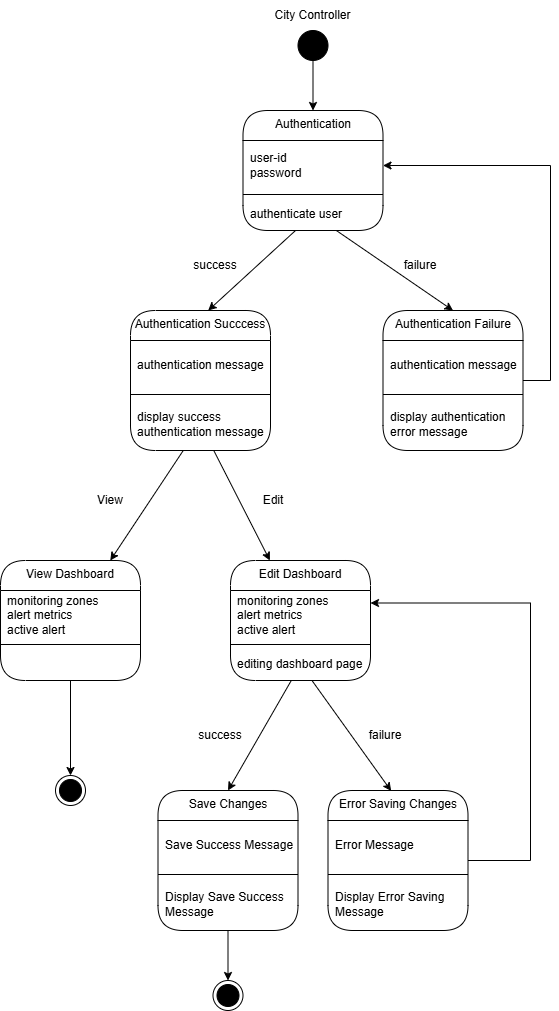
Before: ImagesD3/State City Controller.png, a diagram exported from draw.io (vanessa-laii/3A04-T01-Group4). Source tidied: cells renumbered, new cells last; positions are measured from the earlier drawing's top-left corner, leaving out a move shared by most shapes.
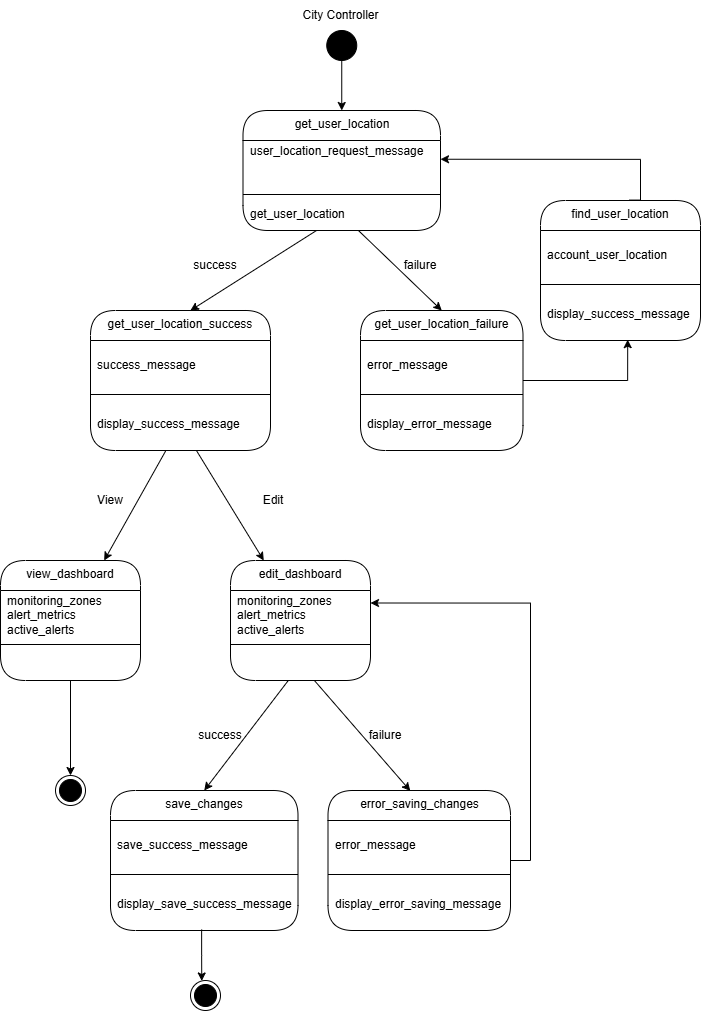
After the change.

What changed in the source:
```diff
@@ -2,58 +2,47 @@
   <root>
     <mxCell id="0" />
     <mxCell id="1" parent="0" />
-    <mxCell id="2" value="Authentication" style="swimlane;fontStyle=0;align=center;verticalAlign=top;horizontal=1;startSize=30;html=1;rounded=1;absoluteArcSize=1;arcSize=50;whiteSpace=wrap;" parent="1" vertex="1">
-      <mxGeometry x="242.5" y="110" width="140" height="120" as="geometry" />
+    <mxCell id="2" value="get_user_location&lt;div&gt;&lt;br&gt;&lt;/div&gt;" style="swimlane;fontStyle=0;align=center;verticalAlign=top;horizontal=1;startSize=30;html=1;rounded=1;absoluteArcSize=1;arcSize=50;whiteSpace=wrap;" parent="1" vertex="1">
+      <mxGeometry x="242.5" y="110" width="197.5" height="120" as="geometry" />
     </mxCell>
-    <mxCell id="3" value="user-id&lt;div&gt;password&lt;/div&gt;" style="fillColor=none;strokeColor=none;align=left;verticalAlign=middle;spacingLeft=5;whiteSpace=wrap;html=1;" parent="2" vertex="1">
-      <mxGeometry y="30" width="140" height="50" as="geometry" />
+    <mxCell id="3" value="&#10;user_location_request_message&lt;div style=&quot;forced-color-adjust: none;&quot;&gt;&lt;br style=&quot;forced-color-adjust: none; color: rgb(0, 0, 0); font-family: Helvetica; font-size: 12px; font-style: normal; font-variant-ligatures: normal; font-variant-caps: normal; font-weight: 400; letter-spacing: normal; orphans: 2; text-align: left; text-indent: 0px; text-transform: none; widows: 2; word-spacing: 0px; -webkit-text-stroke-width: 0px; white-space: normal; background-color: rgb(236, 236, 236); text-decoration-thickness: initial; text-decoration-style: initial; text-decoration-color: initial;&quot;&gt;&#10;&#10;&lt;/div&gt;" style="fillColor=none;strokeColor=none;align=left;verticalAlign=middle;spacingLeft=5;whiteSpace=wrap;html=1;" parent="2" vertex="1">
+      <mxGeometry y="30" width="197.5" height="50" as="geometry" />
     </mxCell>
     <mxCell id="4" style="line;strokeWidth=1;fillColor=none;align=left;verticalAlign=middle;spacingTop=-1;spacingLeft=3;spacingRight=3;labelPosition=right;" parent="2" vertex="1">
-      <mxGeometry y="80" width="140" height="8" as="geometry" />
+      <mxGeometry y="80" width="197.5" height="8" as="geometry" />
     </mxCell>
-    <mxCell id="5" value="authenticate user" style="fillColor=none;strokeColor=none;align=left;verticalAlign=middle;spacingLeft=5;whiteSpace=wrap;html=1;" parent="2" vertex="1">
-      <mxGeometry y="88" width="140" height="32" as="geometry" />
+    <mxCell id="5" value="get_user_location" style="fillColor=none;strokeColor=none;align=left;verticalAlign=middle;spacingLeft=5;whiteSpace=wrap;html=1;" parent="2" vertex="1">
+      <mxGeometry y="88" width="197.5" height="32" as="geometry" />
     </mxCell>
-    <mxCell id="6" style="edgeStyle=orthogonalEdgeStyle;rounded=0;orthogonalLoop=1;jettySize=auto;html=1;exitX=0.5;exitY=1;exitDx=0;exitDy=0;" parent="2" edge="1" source="5" target="5">
-      <mxGeometry relative="1" as="geometry" />
-    </mxCell>
     <mxCell id="7" style="ellipse;fillColor=strokeColor;html=1;" parent="1" vertex="1">
-      <mxGeometry x="297.5" y="30" width="30" height="30" as="geometry" />
+      <mxGeometry x="326.2" y="30" width="30" height="30" as="geometry" />
     </mxCell>
     <mxCell id="8" value="City Controller" style="text;html=1;whiteSpace=wrap;strokeColor=none;fillColor=none;align=center;verticalAlign=middle;rounded=0;" parent="1" vertex="1">
-      <mxGeometry x="270" width="85" height="30" as="geometry" />
+      <mxGeometry x="297.5" width="85" height="30" as="geometry" />
     </mxCell>
-    <mxCell id="9" style="edgeStyle=orthogonalEdgeStyle;rounded=0;jettySize=auto;html=1;entryX=1;entryY=0.5;entryDx=0;entryDy=0;" parent="1" edge="1" source="10" target="3">
-      <mxGeometry relative="1" as="geometry">
-        <Array as="points">
-          <mxPoint x="550" y="380" />
-          <mxPoint x="550" y="165" />
-        </Array>
-      </mxGeometry>
-    </mxCell>
-    <mxCell id="10" value="Authentication Failure" style="swimlane;fontStyle=0;align=center;verticalAlign=top;horizontal=1;startSize=30;html=1;rounded=1;absoluteArcSize=1;arcSize=50;whiteSpace=wrap;" parent="1" vertex="1">
-      <mxGeometry x="382.5" y="310" width="140" height="140" as="geometry" />
+    <mxCell id="10" value="get_user_location_failure" style="swimlane;fontStyle=0;align=center;verticalAlign=top;horizontal=1;startSize=30;html=1;rounded=1;absoluteArcSize=1;arcSize=50;whiteSpace=wrap;" parent="1" vertex="1">
+      <mxGeometry x="360" y="310" width="162.5" height="140" as="geometry" />
     </mxCell>
-    <mxCell id="11" value="authentication message" style="fillColor=none;strokeColor=none;align=left;verticalAlign=middle;spacingLeft=5;whiteSpace=wrap;html=1;" parent="10" vertex="1">
-      <mxGeometry y="30" width="140" height="50" as="geometry" />
+    <mxCell id="11" value="error_message" style="fillColor=none;strokeColor=none;align=left;verticalAlign=middle;spacingLeft=5;whiteSpace=wrap;html=1;" parent="10" vertex="1">
+      <mxGeometry y="30" width="162.5" height="50" as="geometry" />
     </mxCell>
     <mxCell id="12" style="line;strokeWidth=1;fillColor=none;align=left;verticalAlign=middle;spacingTop=-1;spacingLeft=3;spacingRight=3;labelPosition=right;" parent="10" vertex="1">
-      <mxGeometry y="80" width="140" height="8" as="geometry" />
+      <mxGeometry y="80" width="162.5" height="8" as="geometry" />
     </mxCell>
-    <mxCell id="13" value="display authentication error message" style="fillColor=none;strokeColor=none;align=left;verticalAlign=middle;spacingLeft=5;whiteSpace=wrap;html=1;" parent="10" vertex="1">
-      <mxGeometry y="88" width="140" height="52" as="geometry" />
+    <mxCell id="13" value="display_error_message" style="fillColor=none;strokeColor=none;align=left;verticalAlign=middle;spacingLeft=5;whiteSpace=wrap;html=1;" parent="10" vertex="1">
+      <mxGeometry y="88" width="162.5" height="52" as="geometry" />
     </mxCell>
-    <mxCell id="14" value="Authentication Succcess" style="swimlane;fontStyle=0;align=center;verticalAlign=top;horizontal=1;startSize=30;html=1;rounded=1;absoluteArcSize=1;arcSize=50;whiteSpace=wrap;" parent="1" vertex="1">
-      <mxGeometry x="130" y="310" width="140" height="140" as="geometry" />
+    <mxCell id="14" value="get_user_location_success" style="swimlane;fontStyle=0;align=center;verticalAlign=top;horizontal=1;startSize=30;html=1;rounded=1;absoluteArcSize=1;arcSize=50;whiteSpace=wrap;" parent="1" vertex="1">
+      <mxGeometry x="90" y="310" width="180" height="140" as="geometry" />
     </mxCell>
-    <mxCell id="15" value="authentication message" style="fillColor=none;strokeColor=none;align=left;verticalAlign=middle;spacingLeft=5;whiteSpace=wrap;html=1;" parent="14" vertex="1">
-      <mxGeometry y="30" width="140" height="50" as="geometry" />
+    <mxCell id="15" value="success_message" style="fillColor=none;strokeColor=none;align=left;verticalAlign=middle;spacingLeft=5;whiteSpace=wrap;html=1;" parent="14" vertex="1">
+      <mxGeometry y="30" width="180" height="50" as="geometry" />
     </mxCell>
     <mxCell id="16" style="line;strokeWidth=1;fillColor=none;align=left;verticalAlign=middle;spacingTop=-1;spacingLeft=3;spacingRight=3;labelPosition=right;" parent="14" vertex="1">
-      <mxGeometry y="80" width="140" height="8" as="geometry" />
+      <mxGeometry y="80" width="180" height="8" as="geometry" />
     </mxCell>
-    <mxCell id="17" value="display success authentication message" style="fillColor=none;strokeColor=none;align=left;verticalAlign=middle;spacingLeft=5;whiteSpace=wrap;html=1;" parent="14" vertex="1">
-      <mxGeometry y="88" width="140" height="52" as="geometry" />
+    <mxCell id="17" value="display_success_message" style="fillColor=none;strokeColor=none;align=left;verticalAlign=middle;spacingLeft=5;whiteSpace=wrap;html=1;" parent="14" vertex="1">
+      <mxGeometry y="88" width="180" height="52" as="geometry" />
     </mxCell>
     <mxCell id="18" style="rounded=0;jettySize=auto;html=1;entryX=0.555;entryY=0;entryDx=0;entryDy=0;entryPerimeter=0;" parent="1" edge="1" source="5" target="14">
       <mxGeometry relative="1" as="geometry" />
@@ -73,10 +62,10 @@
     <mxCell id="23" style="edgeStyle=orthogonalEdgeStyle;rounded=0;jettySize=auto;html=1;entryX=0.5;entryY=0;entryDx=0;entryDy=0;" parent="1" edge="1" source="7" target="2">
       <mxGeometry relative="1" as="geometry" />
     </mxCell>
-    <mxCell id="24" value="View Dashboard" style="swimlane;fontStyle=0;align=center;verticalAlign=top;horizontal=1;startSize=30;html=1;rounded=1;absoluteArcSize=1;arcSize=50;whiteSpace=wrap;" parent="1" vertex="1">
+    <mxCell id="24" value="view_dashboard" style="swimlane;fontStyle=0;align=center;verticalAlign=top;horizontal=1;startSize=30;html=1;rounded=1;absoluteArcSize=1;arcSize=50;whiteSpace=wrap;" parent="1" vertex="1">
       <mxGeometry y="560" width="140" height="120" as="geometry" />
     </mxCell>
-    <mxCell id="25" value="monitoring zones&lt;div&gt;alert metrics&lt;/div&gt;&lt;div&gt;active alert&lt;/div&gt;" style="fillColor=none;strokeColor=none;align=left;verticalAlign=middle;spacingLeft=5;whiteSpace=wrap;html=1;" parent="24" vertex="1">
+    <mxCell id="25" value="monitoring_zones&lt;div&gt;alert_metrics&lt;/div&gt;&lt;div&gt;active_alerts&lt;/div&gt;" style="fillColor=none;strokeColor=none;align=left;verticalAlign=middle;spacingLeft=5;whiteSpace=wrap;html=1;" parent="24" vertex="1">
       <mxGeometry y="30" width="140" height="50" as="geometry" />
     </mxCell>
     <mxCell id="26" style="line;strokeWidth=1;fillColor=none;align=left;verticalAlign=middle;spacingTop=-1;spacingLeft=3;spacingRight=3;labelPosition=right;" parent="24" vertex="1">
@@ -91,34 +80,29 @@
     <mxCell id="29" style="ellipse;html=1;shape=endState;fillColor=strokeColor;" parent="1" vertex="1">
       <mxGeometry x="55" y="775" width="30" height="30" as="geometry" />
     </mxCell>
-    <mxCell id="30" value="Edit Dashboard" style="swimlane;fontStyle=0;align=center;verticalAlign=top;horizontal=1;startSize=30;html=1;rounded=1;absoluteArcSize=1;arcSize=50;whiteSpace=wrap;" parent="1" vertex="1">
+    <mxCell id="30" value="edit_dashboard" style="swimlane;fontStyle=0;align=center;verticalAlign=top;horizontal=1;startSize=30;html=1;rounded=1;absoluteArcSize=1;arcSize=50;whiteSpace=wrap;" parent="1" vertex="1">
       <mxGeometry x="230" y="560" width="140" height="120" as="geometry" />
     </mxCell>
-    <mxCell id="31" value="monitoring zones&lt;div&gt;alert metrics&lt;/div&gt;&lt;div&gt;active alert&lt;/div&gt;" style="fillColor=none;strokeColor=none;align=left;verticalAlign=middle;spacingLeft=5;whiteSpace=wrap;html=1;" parent="30" vertex="1">
+    <mxCell id="31" value="monitoring_zones&lt;div&gt;alert_metrics&lt;/div&gt;&lt;div&gt;active_alerts&lt;/div&gt;" style="fillColor=none;strokeColor=none;align=left;verticalAlign=middle;spacingLeft=5;whiteSpace=wrap;html=1;" parent="30" vertex="1">
       <mxGeometry y="30" width="140" height="50" as="geometry" />
     </mxCell>
     <mxCell id="32" style="line;strokeWidth=1;fillColor=none;align=left;verticalAlign=middle;spacingTop=-1;spacingLeft=3;spacingRight=3;labelPosition=right;" parent="30" vertex="1">
       <mxGeometry y="80" width="140" height="8" as="geometry" />
     </mxCell>
-    <mxCell id="33" value="editing dashboard page" style="fillColor=none;strokeColor=none;align=left;verticalAlign=middle;spacingLeft=5;whiteSpace=wrap;html=1;" parent="30" vertex="1">
+    <mxCell id="33" value="&amp;nbsp;" style="fillColor=none;strokeColor=none;align=left;verticalAlign=middle;spacingLeft=5;whiteSpace=wrap;html=1;" parent="30" vertex="1">
       <mxGeometry y="88" width="140" height="32" as="geometry" />
     </mxCell>
-    <mxCell id="34" value="Save Changes" style="swimlane;fontStyle=0;align=center;verticalAlign=top;horizontal=1;startSize=30;html=1;rounded=1;absoluteArcSize=1;arcSize=50;whiteSpace=wrap;" parent="1" vertex="1">
-      <mxGeometry x="157.5" y="790" width="140" height="140" as="geometry" />
+    <mxCell id="34" value="save_changes" style="swimlane;fontStyle=0;align=center;verticalAlign=top;horizontal=1;startSize=30;html=1;rounded=1;absoluteArcSize=1;arcSize=50;whiteSpace=wrap;" parent="1" vertex="1">
+      <mxGeometry x="110" y="790" width="187.5" height="140" as="geometry" />
     </mxCell>
-    <mxCell id="35" value="Save Success Message" style="fillColor=none;strokeColor=none;align=left;verticalAlign=middle;spacingLeft=5;whiteSpace=wrap;html=1;" parent="34" vertex="1">
-      <mxGeometry y="30" width="140" height="50" as="geometry" />
+    <mxCell id="35" value="save_success_message" style="fillColor=none;strokeColor=none;align=left;verticalAlign=middle;spacingLeft=5;whiteSpace=wrap;html=1;" parent="34" vertex="1">
+      <mxGeometry y="30" width="187.5" height="50" as="geometry" />
     </mxCell>
     <mxCell id="36" style="line;strokeWidth=1;fillColor=none;align=left;verticalAlign=middle;spacingTop=-1;spacingLeft=3;spacingRight=3;labelPosition=right;" parent="34" vertex="1">
-      <mxGeometry y="80" width="140" height="8" as="geometry" />
+      <mxGeometry y="80" width="187.5" height="8" as="geometry" />
     </mxCell>
-    <mxCell id="37" style="edgeStyle=orthogonalEdgeStyle;rounded=0;jettySize=auto;html=1;" parent="34" edge="1" source="38">
-      <mxGeometry relative="1" as="geometry">
-        <mxPoint x="70" y="190" as="targetPoint" />
-      </mxGeometry>
-    </mxCell>
-    <mxCell id="38" value="Display Save Success Message" style="fillColor=none;strokeColor=none;align=left;verticalAlign=middle;spacingLeft=5;whiteSpace=wrap;html=1;" parent="34" vertex="1">
-      <mxGeometry y="88" width="140" height="52" as="geometry" />
+    <mxCell id="38" value="display_save_success_message" style="fillColor=none;strokeColor=none;align=left;verticalAlign=middle;spacingLeft=5;whiteSpace=wrap;html=1;" parent="34" vertex="1">
+      <mxGeometry y="88" width="187.5" height="52" as="geometry" />
     </mxCell>
     <mxCell id="39" style="edgeStyle=orthogonalEdgeStyle;rounded=0;jettySize=auto;html=1;entryX=0.5;entryY=0;entryDx=0;entryDy=0;" parent="1" edge="1" source="27" target="29">
       <mxGeometry relative="1" as="geometry" />
@@ -140,17 +124,17 @@
         </Array>
       </mxGeometry>
     </mxCell>
-    <mxCell id="44" value="Error Saving Changes" style="swimlane;fontStyle=0;align=center;verticalAlign=top;horizontal=1;startSize=30;html=1;rounded=1;absoluteArcSize=1;arcSize=50;whiteSpace=wrap;" parent="1" vertex="1">
-      <mxGeometry x="327.5" y="790" width="140" height="140" as="geometry" />
+    <mxCell id="44" value="error_saving_changes" style="swimlane;fontStyle=0;align=center;verticalAlign=top;horizontal=1;startSize=30;html=1;rounded=1;absoluteArcSize=1;arcSize=50;whiteSpace=wrap;" parent="1" vertex="1">
+      <mxGeometry x="327.5" y="790" width="182.5" height="140" as="geometry" />
     </mxCell>
-    <mxCell id="45" value="Error Message" style="fillColor=none;strokeColor=none;align=left;verticalAlign=middle;spacingLeft=5;whiteSpace=wrap;html=1;" parent="44" vertex="1">
-      <mxGeometry y="30" width="140" height="50" as="geometry" />
+    <mxCell id="45" value="error_message" style="fillColor=none;strokeColor=none;align=left;verticalAlign=middle;spacingLeft=5;whiteSpace=wrap;html=1;" parent="44" vertex="1">
+      <mxGeometry y="30" width="182.5" height="50" as="geometry" />
     </mxCell>
     <mxCell id="46" style="line;strokeWidth=1;fillColor=none;align=left;verticalAlign=middle;spacingTop=-1;spacingLeft=3;spacingRight=3;labelPosition=right;" parent="44" vertex="1">
-      <mxGeometry y="80" width="140" height="8" as="geometry" />
+      <mxGeometry y="80" width="182.5" height="8" as="geometry" />
     </mxCell>
-    <mxCell id="47" value="Display Error Saving Message" style="fillColor=none;strokeColor=none;align=left;verticalAlign=middle;spacingLeft=5;whiteSpace=wrap;html=1;" parent="44" vertex="1">
-      <mxGeometry y="88" width="140" height="52" as="geometry" />
+    <mxCell id="47" value="display_error_saving_message" style="fillColor=none;strokeColor=none;align=left;verticalAlign=middle;spacingLeft=5;whiteSpace=wrap;html=1;" parent="44" vertex="1">
+      <mxGeometry y="88" width="182.5" height="52" as="geometry" />
     </mxCell>
     <mxCell id="48" style="rounded=0;jettySize=auto;html=1;entryX=0.5;entryY=0;entryDx=0;entryDy=0;" parent="1" edge="1" source="33" target="34">
       <mxGeometry relative="1" as="geometry" />
@@ -165,7 +149,34 @@
       <mxGeometry x="355" y="720" width="60" height="30" as="geometry" />
     </mxCell>
     <mxCell id="52" style="ellipse;html=1;shape=endState;fillColor=strokeColor;" parent="1" vertex="1">
-      <mxGeometry x="212.5" y="980" width="30" height="30" as="geometry" />
+      <mxGeometry x="190" y="980" width="30" height="30" as="geometry" />
     </mxCell>
+    <mxCell id="53" style="edgeStyle=orthogonalEdgeStyle;rounded=0;jettySize=auto;html=1;entryX=1;entryY=0.75;entryDx=0;entryDy=0;exitX=0.555;exitY=-0.003;exitDx=0;exitDy=0;exitPerimeter=0;" parent="1" edge="1" source="54">
+      <mxGeometry relative="1" as="geometry">
+        <mxPoint x="440" y="158.8" as="targetPoint" />
+        <Array as="points">
+          <mxPoint x="640" y="200" />
+          <mxPoint x="640" y="159" />
+        </Array>
+      </mxGeometry>
+    </mxCell>
+    <mxCell id="54" value="find_user_location" style="swimlane;fontStyle=0;align=center;verticalAlign=top;horizontal=1;startSize=30;html=1;rounded=1;absoluteArcSize=1;arcSize=50;whiteSpace=wrap;" parent="1" vertex="1">
+      <mxGeometry x="540" y="200" width="160" height="140" as="geometry" />
+    </mxCell>
+    <mxCell id="55" value="account_user_location" style="fillColor=none;strokeColor=none;align=left;verticalAlign=middle;spacingLeft=5;whiteSpace=wrap;html=1;" parent="54" vertex="1">
+      <mxGeometry y="30" width="160" height="50" as="geometry" />
+    </mxCell>
+    <mxCell id="56" style="line;strokeWidth=1;fillColor=none;align=left;verticalAlign=middle;spacingTop=-1;spacingLeft=3;spacingRight=3;labelPosition=right;" parent="54" vertex="1">
+      <mxGeometry y="80" width="160" height="8" as="geometry" />
+    </mxCell>
+    <mxCell id="57" value="display_success_message" style="fillColor=none;strokeColor=none;align=left;verticalAlign=middle;spacingLeft=5;whiteSpace=wrap;html=1;" parent="54" vertex="1">
+      <mxGeometry y="88" width="160" height="52" as="geometry" />
+    </mxCell>
+    <mxCell id="58" style="edgeStyle=orthogonalEdgeStyle;rounded=0;jettySize=auto;html=1;entryX=0.545;entryY=0.984;entryDx=0;entryDy=0;entryPerimeter=0;" parent="1" edge="1" source="10" target="57">
+      <mxGeometry relative="1" as="geometry" />
+    </mxCell>
+    <mxCell id="37" style="edgeStyle=orthogonalEdgeStyle;rounded=0;jettySize=auto;html=1;entryX=0.375;entryY=0.016;entryDx=0;entryDy=0;entryPerimeter=0;exitX=0.486;exitY=0.981;exitDx=0;exitDy=0;exitPerimeter=0;" parent="1" edge="1" source="38" target="52">
+      <mxGeometry relative="1" as="geometry" />
+    </mxCell>
   </root>
 </mxGraphModel>
```
